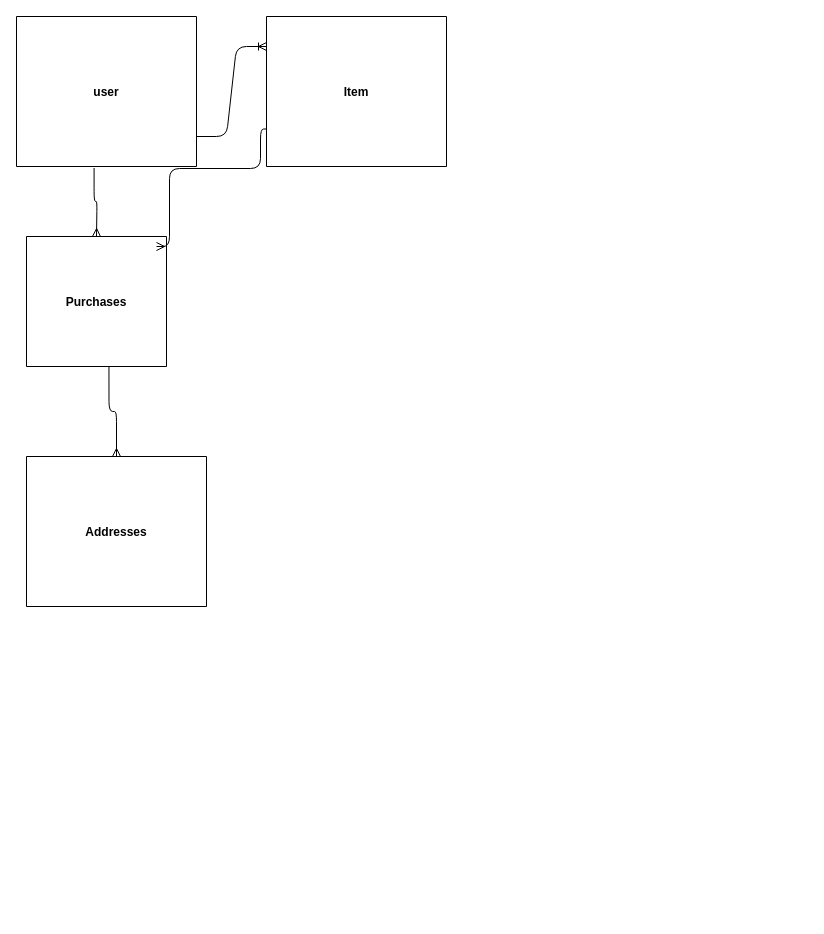
Above: furima.dio in Iwanttomorrowtocome/furima-41479 (draw.io), before the change. Source tidied: cells renumbered, new cells numbered last; positions are measured from the earlier drawing's top-left corner, leaving out a move shared by most shapes. Both pictures are drawn from the tidied source at 100%, with x=0, y=0 at pixel (16, 16).
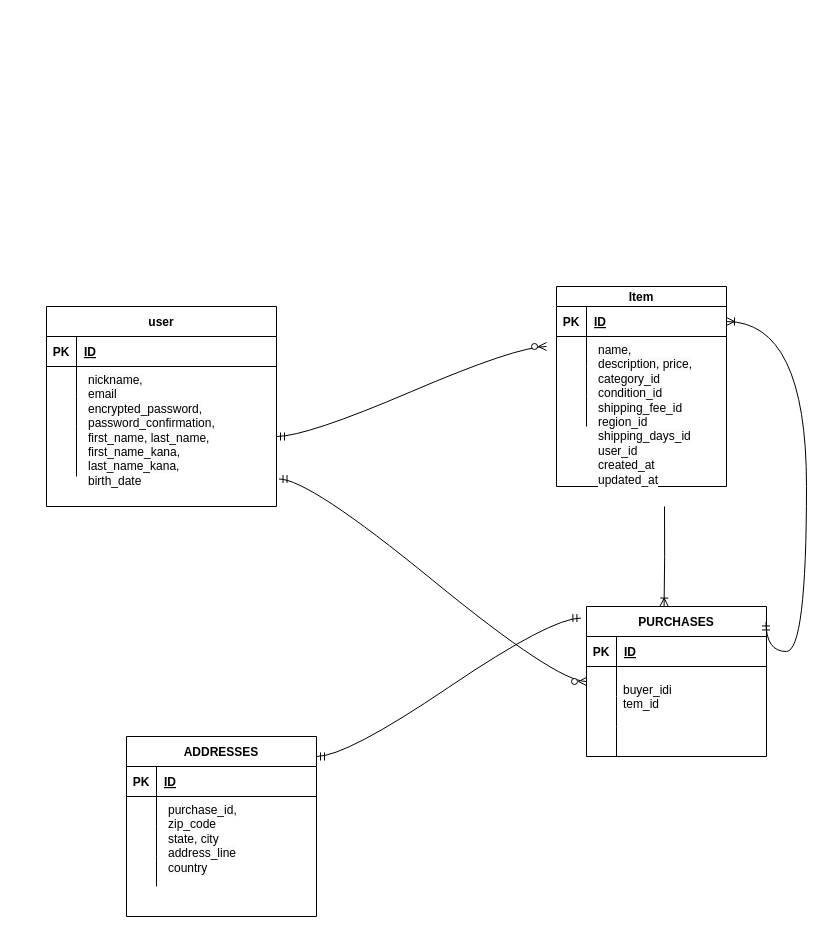
The same page after the edit.

Change to the diagram source:
```diff
@@
-    <mxCell id="2" value="user" style="shape=table;startSize=150;childLayout=tableLayout;rowLines=0;fontStyle=1;align=center;" parent="1" vertex="1">
-      <mxGeometry width="180" height="150" as="geometry" />
+    <mxCell id="2" value="user" style="shape=table;startSize=30;childLayout=tableLayout;rowLines=0;fontStyle=1;align=center;" parent="1" vertex="1">
+      <mxGeometry x="30" y="290" width="230" height="200" as="geometry" />
     </mxCell>
-    <mxCell id="3" style="edgeStyle=entityRelationEdgeStyle;fontSize=12;html=1;endArrow=ERoneToMany;" parent="1" edge="1">
-      <mxGeometry relative="1" as="geometry">
-        <mxPoint x="180" y="120" as="sourcePoint" />
-        <mxPoint x="250" y="30" as="targetPoint" />
-      </mxGeometry>
-    </mxCell>
+    <mxCell id="10" style="shape=tableRow;horizontal=0;startSize=0;swimlaneHead=0;swimlaneBody=0;fillColor=none;top=0;left=0;right=0;bottom=1;" parent="2" vertex="1">
+      <mxGeometry y="30" width="230" height="30" as="geometry" />
+    </mxCell>
+    <mxCell id="11" value="PK" style="shape=partialRectangle;fillColor=none;top=0;left=0;bottom=0;right=0;fontStyle=1;overflow=hidden;" parent="10" vertex="1">
+      <mxGeometry width="30" height="30" as="geometry" />
+    </mxCell>
+    <mxCell id="12" value="ID" style="shape=partialRectangle;fillColor=none;top=0;left=0;bottom=0;right=0;align=left;spacingLeft=6;fontStyle=5;overflow=hidden;" parent="10" vertex="1">
+      <mxGeometry x="30" width="200" height="30" as="geometry" />
+    </mxCell>
+    <mxCell id="13" style="shape=tableRow;horizontal=0;startSize=0;swimlaneHead=0;swimlaneBody=0;fillColor=none;top=0;left=0;right=0;bottom=0;" parent="2" vertex="1">
+      <mxGeometry y="60" width="230" height="30" as="geometry" />
+    </mxCell>
+    <mxCell id="14" style="shape=partialRectangle;fillColor=none;top=0;left=0;bottom=0;right=0;overflow=hidden;" parent="13" vertex="1">
+      <mxGeometry width="30" height="30" as="geometry" />
+    </mxCell>
+    <mxCell id="15" style="shape=partialRectangle;fillColor=none;top=0;left=0;bottom=0;right=0;align=left;spacingLeft=6;overflow=hidden;" parent="13" vertex="1">
+      <mxGeometry x="30" width="200" height="30" as="geometry" />
+    </mxCell>
+    <mxCell id="16" style="shape=tableRow;horizontal=0;startSize=0;swimlaneHead=0;swimlaneBody=0;fillColor=none;top=0;left=0;right=0;bottom=0;" parent="2" vertex="1">
+      <mxGeometry y="90" width="230" height="30" as="geometry" />
+    </mxCell>
+    <mxCell id="17" style="shape=partialRectangle;fillColor=none;top=0;left=0;bottom=0;right=0;overflow=hidden;" parent="16" vertex="1">
+      <mxGeometry width="30" height="30" as="geometry" />
+    </mxCell>
+    <mxCell id="18" style="shape=partialRectangle;fillColor=none;top=0;left=0;bottom=0;right=0;align=left;spacingLeft=6;overflow=hidden;" parent="16" vertex="1">
+      <mxGeometry x="30" width="200" height="30" as="geometry" />
+    </mxCell>
+    <mxCell id="19" style="shape=tableRow;horizontal=0;startSize=0;swimlaneHead=0;swimlaneBody=0;fillColor=none;points=[[0,0.5],[1,0.5]];portConstraint=eastwest;top=0;left=0;right=0;bottom=0;" parent="2" vertex="1">
+      <mxGeometry y="120" width="230" height="50" as="geometry" />
+    </mxCell>
+    <mxCell id="20" style="shape=partialRectangle;fillColor=none;top=0;left=0;bottom=0;right=0;overflow=hidden;" parent="19" vertex="1">
+      <mxGeometry width="30" height="50" as="geometry" />
+    </mxCell>
+    <mxCell id="21" style="shape=partialRectangle;fillColor=none;top=0;left=0;bottom=0;right=0;align=left;spacingLeft=6;overflow=hidden;" parent="19" vertex="1">
+      <mxGeometry x="30" width="200" height="50" as="geometry" />
+    </mxCell>
+    <mxCell id="22" value="PURCHASES" style="shape=table;startSize=30;childLayout=tableLayout;rowLines=0;fontStyle=1;align=center;" parent="1" vertex="1">
+      <mxGeometry x="570" y="590" width="180" height="150" as="geometry" />
+    </mxCell>
+    <mxCell id="23" style="shape=tableRow;horizontal=0;startSize=0;swimlaneHead=0;swimlaneBody=0;fillColor=none;top=0;left=0;right=0;bottom=1;" parent="22" vertex="1">
+      <mxGeometry y="30" width="180" height="30" as="geometry" />
+    </mxCell>
+    <mxCell id="24" value="PK" style="shape=partialRectangle;fillColor=none;top=0;left=0;bottom=0;right=0;fontStyle=1;overflow=hidden;" parent="23" vertex="1">
+      <mxGeometry width="30" height="30" as="geometry" />
+    </mxCell>
+    <mxCell id="25" value="ID" style="shape=partialRectangle;fillColor=none;top=0;left=0;bottom=0;right=0;align=left;spacingLeft=6;fontStyle=5;overflow=hidden;" parent="23" vertex="1">
+      <mxGeometry x="30" width="150" height="30" as="geometry" />
+    </mxCell>
+    <mxCell id="26" style="shape=tableRow;horizontal=0;startSize=0;swimlaneHead=0;swimlaneBody=0;fillColor=none;points=[[0,0.5],[1,0.5]];portConstraint=eastwest;top=0;left=0;right=0;bottom=0;" parent="22" vertex="1">
+      <mxGeometry y="60" width="180" height="30" as="geometry" />
+    </mxCell>
+    <mxCell id="27" style="shape=partialRectangle;fillColor=none;top=0;left=0;bottom=0;right=0;overflow=hidden;" parent="26" vertex="1">
+      <mxGeometry width="30" height="30" as="geometry" />
+    </mxCell>
+    <mxCell id="28" style="shape=partialRectangle;fillColor=none;top=0;left=0;bottom=0;right=0;align=left;spacingLeft=6;overflow=hidden;" parent="26" vertex="1">
+      <mxGeometry x="30" width="150" height="30" as="geometry" />
+    </mxCell>
+    <mxCell id="29" style="shape=tableRow;horizontal=0;startSize=0;swimlaneHead=0;swimlaneBody=0;fillColor=none;top=0;left=0;right=0;bottom=0;" parent="22" vertex="1">
+      <mxGeometry y="90" width="180" height="30" as="geometry" />
+    </mxCell>
+    <mxCell id="30" style="shape=partialRectangle;fillColor=none;top=0;left=0;bottom=0;right=0;overflow=hidden;" parent="29" vertex="1">
+      <mxGeometry width="30" height="30" as="geometry" />
+    </mxCell>
+    <mxCell id="31" style="shape=partialRectangle;fillColor=none;top=0;left=0;bottom=0;right=0;align=left;spacingLeft=6;overflow=hidden;" parent="29" vertex="1">
+      <mxGeometry x="30" width="150" height="30" as="geometry" />
+    </mxCell>
+    <mxCell id="32" style="shape=tableRow;horizontal=0;startSize=0;swimlaneHead=0;swimlaneBody=0;fillColor=none;top=0;left=0;right=0;bottom=0;" parent="22" vertex="1">
+      <mxGeometry y="120" width="180" height="30" as="geometry" />
+    </mxCell>
+    <mxCell id="33" style="shape=partialRectangle;fillColor=none;top=0;left=0;bottom=0;right=0;overflow=hidden;" parent="32" vertex="1">
+      <mxGeometry width="30" height="30" as="geometry" />
+    </mxCell>
+    <mxCell id="34" style="shape=partialRectangle;fillColor=none;top=0;left=0;bottom=0;right=0;align=left;spacingLeft=6;overflow=hidden;" parent="32" vertex="1">
+      <mxGeometry x="30" width="150" height="30" as="geometry" />
+    </mxCell>
+    <mxCell id="35" value="ADDRESSES" style="shape=table;startSize=30;childLayout=tableLayout;rowLines=0;fontStyle=1;align=center;" parent="1" vertex="1">
+      <mxGeometry x="110" y="720" width="190" height="180" as="geometry" />
+    </mxCell>
+    <mxCell id="36" style="shape=tableRow;horizontal=0;startSize=0;swimlaneHead=0;swimlaneBody=0;fillColor=none;top=0;left=0;right=0;bottom=1;" parent="35" vertex="1">
+      <mxGeometry y="30" width="190" height="30" as="geometry" />
+    </mxCell>
+    <mxCell id="37" value="PK" style="shape=partialRectangle;fillColor=none;top=0;left=0;bottom=0;right=0;fontStyle=1;overflow=hidden;" parent="36" vertex="1">
+      <mxGeometry width="30" height="30" as="geometry" />
+    </mxCell>
+    <mxCell id="38" value="ID" style="shape=partialRectangle;fillColor=none;top=0;left=0;bottom=0;right=0;align=left;spacingLeft=6;fontStyle=5;overflow=hidden;" parent="36" vertex="1">
+      <mxGeometry x="30" width="160" height="30" as="geometry" />
+    </mxCell>
+    <mxCell id="39" style="shape=tableRow;horizontal=0;startSize=0;swimlaneHead=0;swimlaneBody=0;fillColor=none;top=0;left=0;right=0;bottom=0;" parent="35" vertex="1">
+      <mxGeometry y="60" width="190" height="30" as="geometry" />
+    </mxCell>
+    <mxCell id="40" style="shape=partialRectangle;fillColor=none;top=0;left=0;bottom=0;right=0;overflow=hidden;" parent="39" vertex="1">
+      <mxGeometry width="30" height="30" as="geometry" />
+    </mxCell>
+    <mxCell id="41" style="shape=partialRectangle;fillColor=none;top=0;left=0;bottom=0;right=0;align=left;spacingLeft=6;overflow=hidden;" parent="39" vertex="1">
+      <mxGeometry x="30" width="160" height="30" as="geometry" />
+    </mxCell>
+    <mxCell id="42" style="shape=tableRow;horizontal=0;startSize=0;swimlaneHead=0;swimlaneBody=0;fillColor=none;top=0;left=0;right=0;bottom=0;" parent="35" vertex="1">
+      <mxGeometry y="90" width="190" height="30" as="geometry" />
+    </mxCell>
+    <mxCell id="43" style="shape=partialRectangle;fillColor=none;top=0;left=0;bottom=0;right=0;overflow=hidden;" parent="42" vertex="1">
+      <mxGeometry width="30" height="30" as="geometry" />
+    </mxCell>
+    <mxCell id="44" style="shape=partialRectangle;fillColor=none;top=0;left=0;bottom=0;right=0;align=left;spacingLeft=6;overflow=hidden;" parent="42" vertex="1">
+      <mxGeometry x="30" width="160" height="30" as="geometry" />
+    </mxCell>
+    <mxCell id="45" style="shape=tableRow;horizontal=0;startSize=0;swimlaneHead=0;swimlaneBody=0;fillColor=none;top=0;left=0;right=0;bottom=0;" parent="35" vertex="1">
+      <mxGeometry y="120" width="190" height="30" as="geometry" />
+    </mxCell>
+    <mxCell id="46" style="shape=partialRectangle;fillColor=none;top=0;left=0;bottom=0;right=0;overflow=hidden;" parent="45" vertex="1">
+      <mxGeometry width="30" height="30" as="geometry" />
+    </mxCell>
+    <mxCell id="47" style="shape=partialRectangle;fillColor=none;top=0;left=0;bottom=0;right=0;align=left;spacingLeft=6;overflow=hidden;" parent="45" vertex="1">
+      <mxGeometry x="30" width="160" height="30" as="geometry" />
+    </mxCell>
-    <mxCell id="4" value="Item" style="shape=table;startSize=150;childLayout=tableLayout;rowLines=0;fontStyle=1;align=center;" parent="1" vertex="1">
-      <mxGeometry x="250" width="180" height="150" as="geometry" />
+    <mxCell id="4" value="Item" style="shape=table;startSize=20;childLayout=tableLayout;rowLines=0;fontStyle=1;align=center;" parent="1" vertex="1">
+      <mxGeometry x="540" y="270" width="170" height="200" as="geometry" />
     </mxCell>
-    <mxCell id="5" value="Purchases" style="shape=table;startSize=210;childLayout=tableLayout;rowLines=0;fontStyle=1;align=center;" parent="1" vertex="1">
-      <mxGeometry x="10" y="220" width="140" height="130" as="geometry" />
-    </mxCell>
-    <mxCell id="6" style="edgeStyle=orthogonalEdgeStyle;fontSize=12;html=1;endArrow=ERmany;exitX=0.431;exitY=1.01;exitDx=0;exitDy=0;exitPerimeter=0;" parent="1" edge="1" source="2">
-      <mxGeometry relative="1" as="geometry">
-        <mxPoint x="80" y="220" as="targetPoint" />
-      </mxGeometry>
-    </mxCell>
-    <mxCell id="7" style="edgeStyle=orthogonalEdgeStyle;fontSize=12;html=1;endArrow=ERmany;exitX=0;exitY=0.75;exitDx=0;exitDy=0;" parent="1" edge="1" source="4">
-      <mxGeometry relative="1" as="geometry">
-        <mxPoint x="140" y="230" as="targetPoint" />
-        <Array as="points">
-          <mxPoint x="244" y="113" />
-          <mxPoint x="244" y="152" />
-          <mxPoint x="153" y="152" />
-          <mxPoint x="153" y="230" />
-        </Array>
-      </mxGeometry>
-    </mxCell>
-    <mxCell id="8" value="Addresses" style="shape=table;startSize=150;childLayout=tableLayout;rowLines=0;fontStyle=1;align=center;" parent="1" vertex="1">
-      <mxGeometry x="10" y="440" width="180" height="150" as="geometry" />
-    </mxCell>
-    <mxCell id="9" style="edgeStyle=orthogonalEdgeStyle;fontSize=12;html=1;endArrow=ERmany;exitX=0.589;exitY=1.004;exitDx=0;exitDy=0;exitPerimeter=0;" parent="1" edge="1" source="5" target="8">
-      <mxGeometry relative="1" as="geometry" />
-    </mxCell>
+    <mxCell id="48" style="shape=tableRow;horizontal=0;startSize=0;swimlaneHead=0;swimlaneBody=0;fillColor=none;points=[[0,0.5],[1,0.5]];portConstraint=eastwest;top=0;left=0;right=0;bottom=1;" parent="4" vertex="1">
+      <mxGeometry y="20" width="170" height="30" as="geometry" />
+    </mxCell>
+    <mxCell id="49" value="PK" style="shape=partialRectangle;fillColor=none;top=0;left=0;bottom=0;right=0;fontStyle=1;overflow=hidden;" parent="48" vertex="1">
+      <mxGeometry width="30" height="30" as="geometry" />
+    </mxCell>
+    <mxCell id="50" value="ID" style="shape=partialRectangle;fillColor=none;top=0;left=0;bottom=0;right=0;align=left;spacingLeft=6;fontStyle=5;overflow=hidden;" parent="48" vertex="1">
+      <mxGeometry x="30" width="140" height="30" as="geometry" />
+    </mxCell>
+    <mxCell id="51" style="shape=tableRow;horizontal=0;startSize=0;swimlaneHead=0;swimlaneBody=0;fillColor=none;top=0;left=0;right=0;bottom=0;" parent="4" vertex="1">
+      <mxGeometry y="50" width="170" height="30" as="geometry" />
+    </mxCell>
+    <mxCell id="52" style="shape=partialRectangle;fillColor=none;top=0;left=0;bottom=0;right=0;overflow=hidden;" parent="51" vertex="1">
+      <mxGeometry width="30" height="30" as="geometry" />
+    </mxCell>
+    <mxCell id="53" style="shape=partialRectangle;fillColor=none;top=0;left=0;bottom=0;right=0;align=left;spacingLeft=6;overflow=hidden;" parent="51" vertex="1">
+      <mxGeometry x="30" width="140" height="30" as="geometry" />
+    </mxCell>
+    <mxCell id="54" style="shape=tableRow;horizontal=0;startSize=0;swimlaneHead=0;swimlaneBody=0;fillColor=none;top=0;left=0;right=0;bottom=0;" parent="4" vertex="1">
+      <mxGeometry y="80" width="170" height="30" as="geometry" />
+    </mxCell>
+    <mxCell id="55" style="shape=partialRectangle;fillColor=none;top=0;left=0;bottom=0;right=0;overflow=hidden;" parent="54" vertex="1">
+      <mxGeometry width="30" height="30" as="geometry" />
+    </mxCell>
+    <mxCell id="56" style="shape=partialRectangle;fillColor=none;top=0;left=0;bottom=0;right=0;align=left;spacingLeft=6;overflow=hidden;" parent="54" vertex="1">
+      <mxGeometry x="30" width="140" height="30" as="geometry" />
+    </mxCell>
+    <mxCell id="57" style="shape=tableRow;horizontal=0;startSize=0;swimlaneHead=0;swimlaneBody=0;fillColor=none;top=0;left=0;right=0;bottom=0;" parent="4" vertex="1">
+      <mxGeometry y="110" width="170" height="30" as="geometry" />
+    </mxCell>
+    <mxCell id="58" style="shape=partialRectangle;fillColor=none;top=0;left=0;bottom=0;right=0;overflow=hidden;" parent="57" vertex="1">
+      <mxGeometry width="30" height="30" as="geometry" />
+    </mxCell>
+    <mxCell id="59" style="shape=partialRectangle;fillColor=none;top=0;left=0;bottom=0;right=0;align=left;spacingLeft=6;overflow=hidden;" parent="57" vertex="1">
+      <mxGeometry x="30" width="140" height="30" as="geometry" />
+    </mxCell>
+    <mxCell id="60" value="&lt;span style=&quot;color: rgb(0, 0, 0); font-family: Helvetica; font-size: 12px; font-style: normal; font-variant-ligatures: normal; font-variant-caps: normal; font-weight: 400; letter-spacing: normal; orphans: 2; text-align: left; text-indent: 0px; text-transform: none; widows: 2; word-spacing: 0px; -webkit-text-stroke-width: 0px; background-color: rgb(251, 251, 251); text-decoration-thickness: initial; text-decoration-style: initial; text-decoration-color: initial; float: none; display: inline !important;&quot;&gt;nickname,&lt;br&gt;email&lt;br&gt;encrypted_password, password_confirmation, first_name, last_name, first_name_kana, last_name_kana, birth_date&lt;/span&gt;" style="text;whiteSpace=wrap;html=1;" parent="1" vertex="1">
+      <mxGeometry x="70" y="350" width="150" height="120" as="geometry" />
+    </mxCell>
+    <mxCell id="61" value="&lt;span style=&quot;color: rgb(0, 0, 0); font-family: Helvetica; font-size: 12px; font-style: normal; font-variant-ligatures: normal; font-variant-caps: normal; font-weight: 400; letter-spacing: normal; orphans: 2; text-align: left; text-indent: 0px; text-transform: none; widows: 2; word-spacing: 0px; -webkit-text-stroke-width: 0px; background-color: rgb(251, 251, 251); text-decoration-thickness: initial; text-decoration-style: initial; text-decoration-color: initial; float: none; display: inline !important;&quot;&gt;name,&lt;br&gt;description, price,&lt;br&gt;category_id&lt;br&gt;condition_id&lt;br&gt;shipping_fee_id&lt;br&gt;region_id&lt;br&gt;shipping_days_id&lt;br&gt;user_id&lt;br&gt;created_at&lt;br&gt;updated_at&lt;/span&gt;" style="text;whiteSpace=wrap;html=1;" parent="1" vertex="1">
+      <mxGeometry x="580" y="320" width="180" height="140" as="geometry" />
+    </mxCell>
+    <mxCell id="62" value="&lt;span style=&quot;color: rgb(0, 0, 0); font-family: Helvetica; font-size: 12px; font-style: normal; font-variant-ligatures: normal; font-variant-caps: normal; font-weight: 400; letter-spacing: normal; orphans: 2; text-align: left; text-indent: 0px; text-transform: none; widows: 2; word-spacing: 0px; -webkit-text-stroke-width: 0px; background-color: rgb(251, 251, 251); text-decoration-thickness: initial; text-decoration-style: initial; text-decoration-color: initial; float: none; display: inline !important;&quot;&gt;buyer_idi&lt;br&gt;tem_id&lt;/span&gt;" style="text;whiteSpace=wrap;html=1;" parent="1" vertex="1">
+      <mxGeometry x="605" y="660" width="100" height="40" as="geometry" />
+    </mxCell>
+    <mxCell id="63" value="&lt;span style=&quot;color: rgb(0, 0, 0); font-family: Helvetica; font-size: 12px; font-style: normal; font-variant-ligatures: normal; font-variant-caps: normal; font-weight: 400; letter-spacing: normal; orphans: 2; text-align: left; text-indent: 0px; text-transform: none; widows: 2; word-spacing: 0px; -webkit-text-stroke-width: 0px; background-color: rgb(251, 251, 251); text-decoration-thickness: initial; text-decoration-style: initial; text-decoration-color: initial; float: none; display: inline !important;&quot;&gt;purchase_id,&lt;br&gt;zip_code&lt;br&gt;state, city&lt;br&gt;address_line&lt;br&gt;country&lt;/span&gt;" style="text;whiteSpace=wrap;html=1;" parent="1" vertex="1">
+      <mxGeometry x="150" y="780" width="100" height="100" as="geometry" />
+    </mxCell>
+    <mxCell id="64" style="edgeStyle=orthogonalEdgeStyle;fontSize=12;html=1;endArrow=ERoneToMany;curved=1;entryX=0.431;entryY=-0.003;entryDx=0;entryDy=0;entryPerimeter=0;" parent="1" edge="1" target="22">
+      <mxGeometry relative="1" as="geometry">
+        <mxPoint x="648" y="490" as="sourcePoint" />
+      </mxGeometry>
+    </mxCell>
+    <mxCell id="65" style="edgeStyle=entityRelationEdgeStyle;fontSize=12;html=1;endArrow=ERmandOne;startArrow=ERmandOne;curved=1;entryX=-0.031;entryY=0.077;entryDx=0;entryDy=0;entryPerimeter=0;" parent="1" edge="1" target="22">
+      <mxGeometry relative="1" as="geometry">
+        <mxPoint x="300" y="740" as="sourcePoint" />
+      </mxGeometry>
+    </mxCell>
+    <mxCell id="66" style="edgeStyle=entityRelationEdgeStyle;fontSize=12;html=1;endArrow=ERzeroToMany;startArrow=ERmandOne;curved=1;" parent="1" edge="1">
+      <mxGeometry relative="1" as="geometry">
+        <mxPoint x="260" y="420" as="sourcePoint" />
+        <mxPoint x="530" y="330" as="targetPoint" />
+      </mxGeometry>
+    </mxCell>
+    <mxCell id="67" style="edgeStyle=entityRelationEdgeStyle;fontSize=12;html=1;endArrow=ERzeroToMany;startArrow=ERmandOne;curved=1;entryX=0;entryY=0.5;entryDx=0;entryDy=0;exitX=1.011;exitY=1.05;exitDx=0;exitDy=0;exitPerimeter=0;" parent="1" edge="1" source="19" target="26">
+      <mxGeometry relative="1" as="geometry" />
+    </mxCell>
+    <mxCell id="68" style="fontSize=12;html=1;endArrow=ERoneToMany;startArrow=ERmandOne;exitX=0.997;exitY=0.103;exitDx=0;exitDy=0;entryX=1;entryY=0.5;entryDx=0;entryDy=0;edgeStyle=orthogonalEdgeStyle;curved=1;exitPerimeter=0;" parent="1" edge="1" source="22" target="48">
+      <mxGeometry relative="1" as="geometry">
+        <Array as="points">
+          <mxPoint x="750" y="635" />
+          <mxPoint x="790" y="635" />
+          <mxPoint x="790" y="305" />
+        </Array>
+      </mxGeometry>
+    </mxCell>
```
